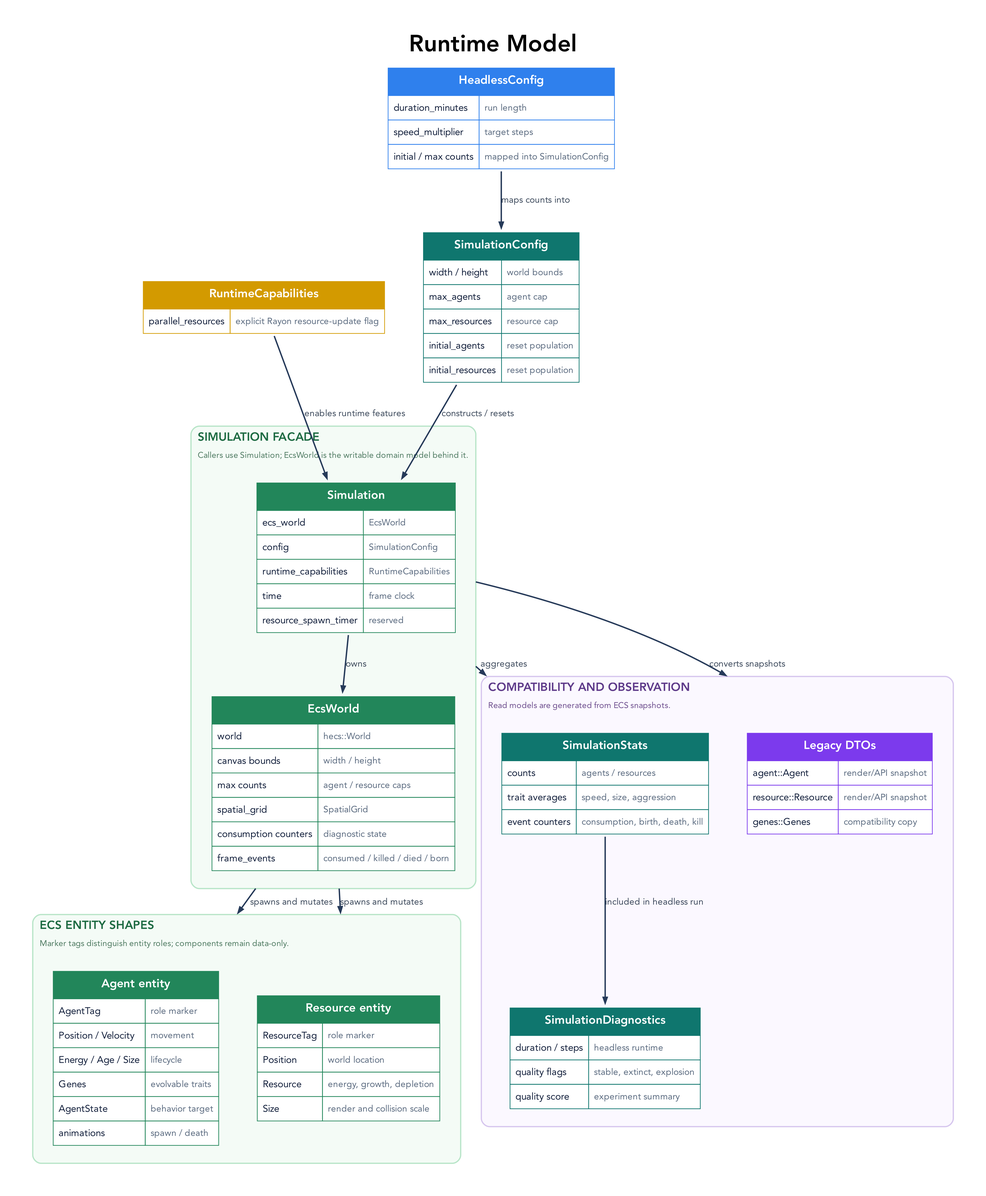
Above: docs/diagrams/runtime-model.png in tre-systems/evo-1 (Graphviz), before the change. Its source is kept beside it as docs/diagrams/runtime-model.dot.
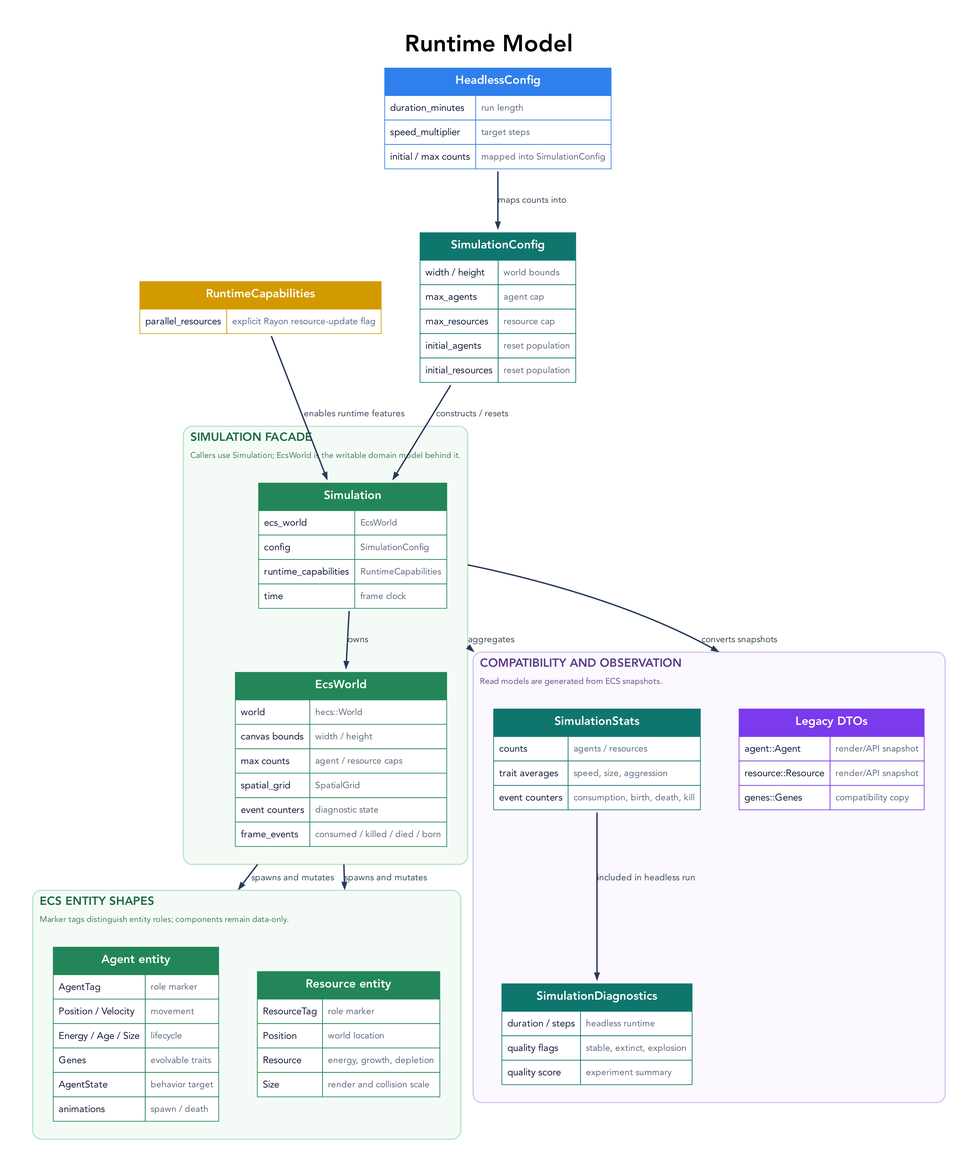
After the change.

Change to the diagram source:
```diff
@@ -86,7 +86,6 @@
         <TR><TD ALIGN="LEFT"><FONT POINT-SIZE="14">config</FONT></TD><TD ALIGN="LEFT"><FONT POINT-SIZE="13" COLOR="#5b6b80">SimulationConfig</FONT></TD></TR>
         <TR><TD ALIGN="LEFT"><FONT POINT-SIZE="14">runtime_capabilities</FONT></TD><TD ALIGN="LEFT"><FONT POINT-SIZE="13" COLOR="#5b6b80">RuntimeCapabilities</FONT></TD></TR>
         <TR><TD ALIGN="LEFT"><FONT POINT-SIZE="14">time</FONT></TD><TD ALIGN="LEFT"><FONT POINT-SIZE="13" COLOR="#5b6b80">frame clock</FONT></TD></TR>
-        <TR><TD ALIGN="LEFT"><FONT POINT-SIZE="14">resource_spawn_timer</FONT></TD><TD ALIGN="LEFT"><FONT POINT-SIZE="13" COLOR="#5b6b80">reserved</FONT></TD></TR>
       </TABLE>
     >];
 
@@ -97,7 +96,7 @@
         <TR><TD ALIGN="LEFT"><FONT POINT-SIZE="14">canvas bounds</FONT></TD><TD ALIGN="LEFT"><FONT POINT-SIZE="13" COLOR="#5b6b80">width / height</FONT></TD></TR>
         <TR><TD ALIGN="LEFT"><FONT POINT-SIZE="14">max counts</FONT></TD><TD ALIGN="LEFT"><FONT POINT-SIZE="13" COLOR="#5b6b80">agent / resource caps</FONT></TD></TR>
         <TR><TD ALIGN="LEFT"><FONT POINT-SIZE="14">spatial_grid</FONT></TD><TD ALIGN="LEFT"><FONT POINT-SIZE="13" COLOR="#5b6b80">SpatialGrid</FONT></TD></TR>
-        <TR><TD ALIGN="LEFT"><FONT POINT-SIZE="14">consumption counters</FONT></TD><TD ALIGN="LEFT"><FONT POINT-SIZE="13" COLOR="#5b6b80">diagnostic state</FONT></TD></TR>
+        <TR><TD ALIGN="LEFT"><FONT POINT-SIZE="14">event counters</FONT></TD><TD ALIGN="LEFT"><FONT POINT-SIZE="13" COLOR="#5b6b80">diagnostic state</FONT></TD></TR>
         <TR><TD ALIGN="LEFT"><FONT POINT-SIZE="14">frame_events</FONT></TD><TD ALIGN="LEFT"><FONT POINT-SIZE="13" COLOR="#5b6b80">consumed / killed / died / born</FONT></TD></TR>
       </TABLE>
     >];
```
